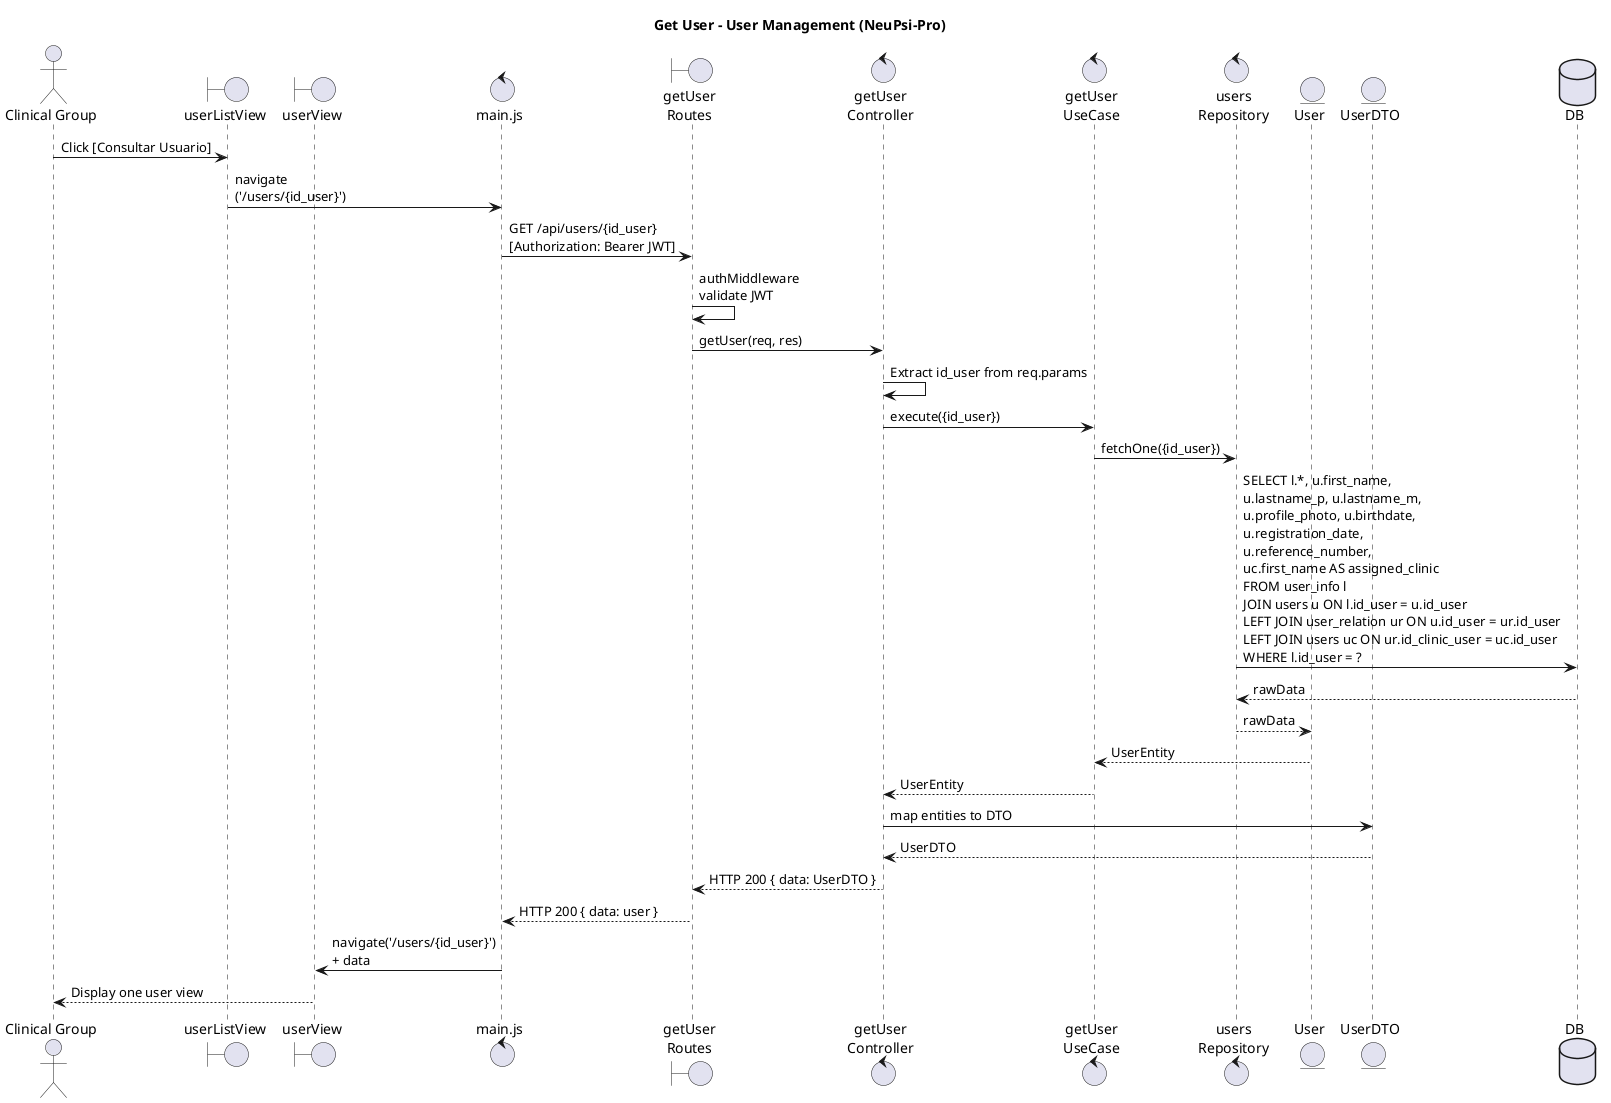
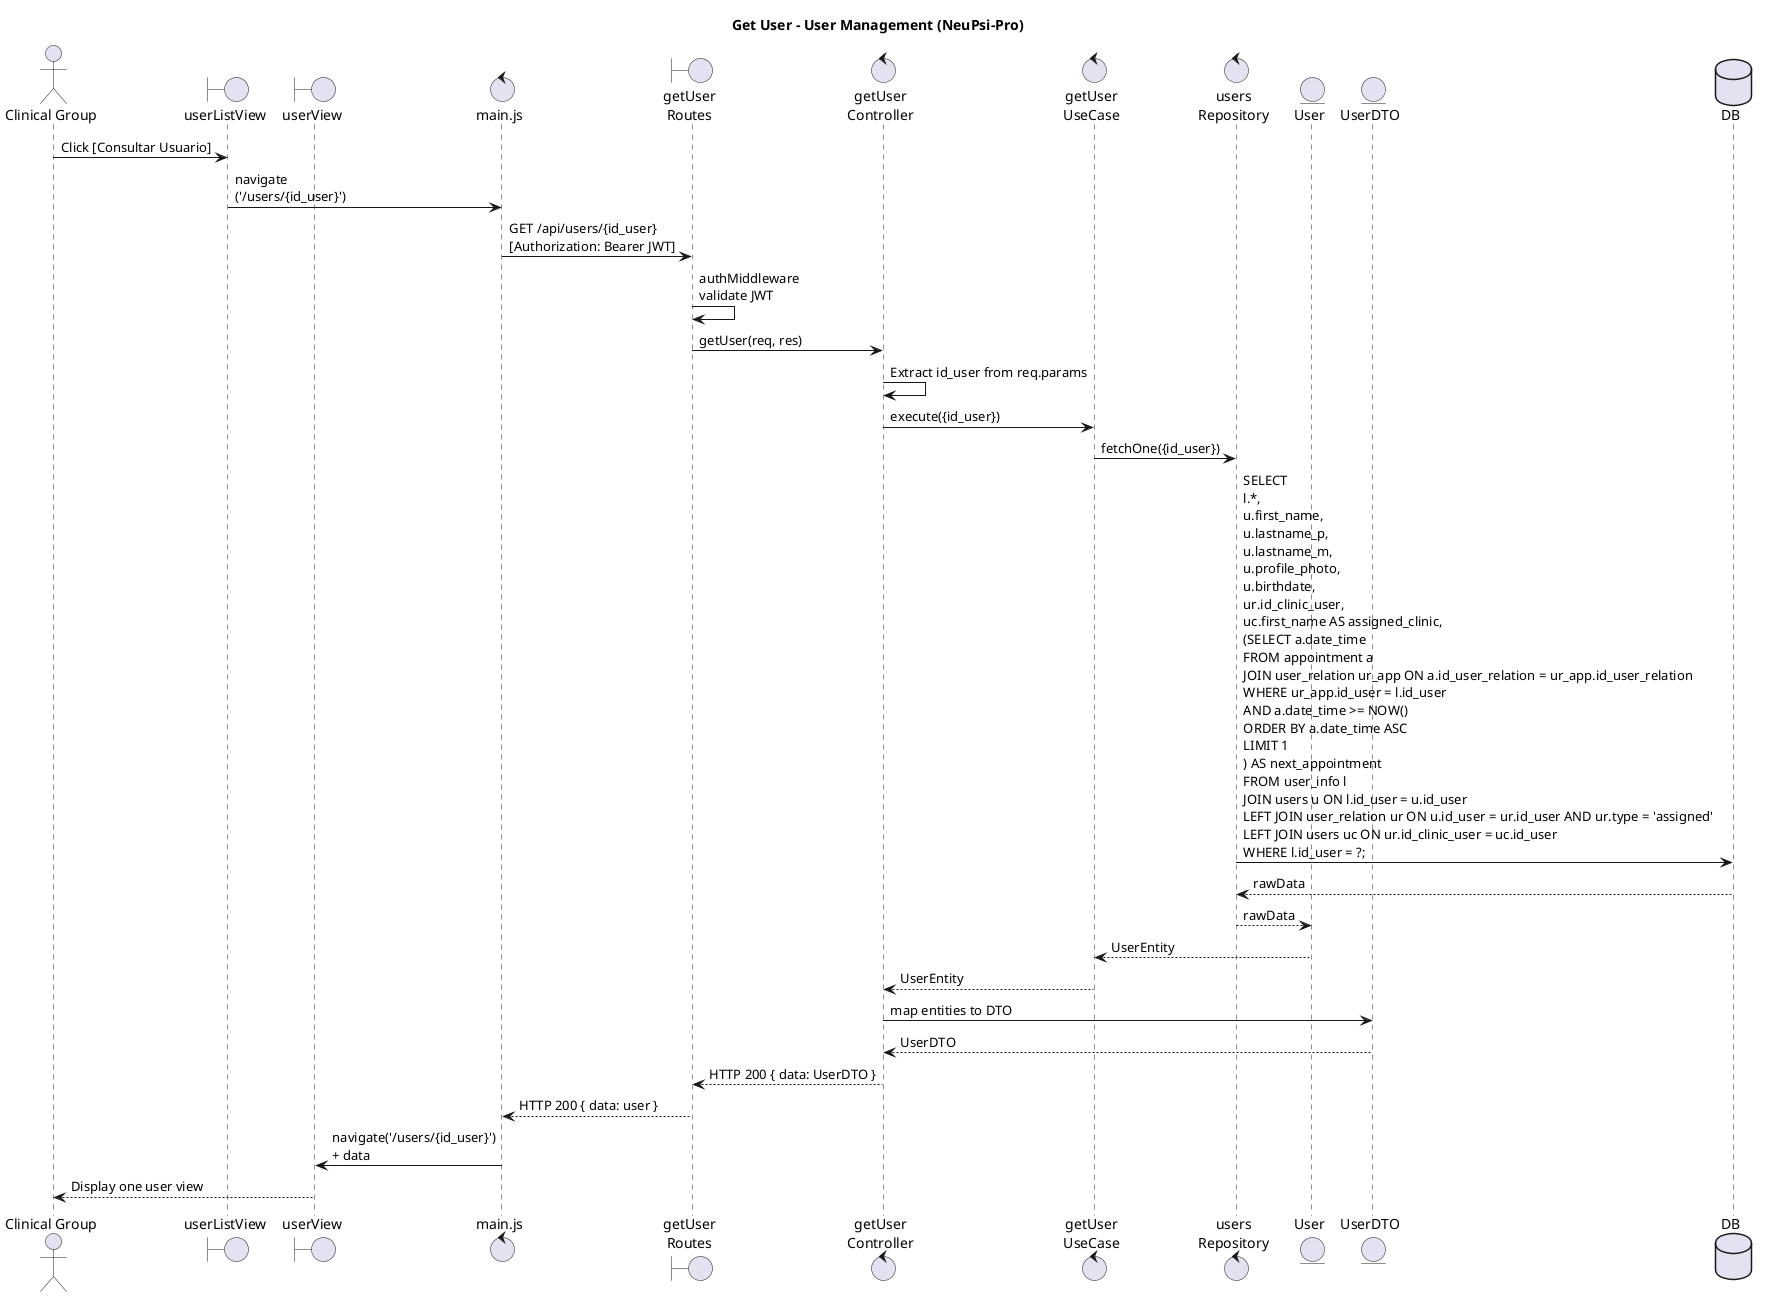
@startuml GU05 Get-User

title Get User - User Management (NeuPsi-Pro)

actor "Clinical Group" as CG

boundary "userListView" as VUsers
boundary "userView" as VOne
control "main.js" as MAIN
boundary "getUser\nRoutes" as ROUTE
control "getUser\nController" as CTRL
control "getUser\nUseCase" as UC
control "users\nRepository" as REPO
entity "User" as ENT
entity "UserDTO" as DTO
database DB

CG -> VUsers : Click [Consultar Usuario]
VUsers -> MAIN : navigate\n('/users/{id_user}')

MAIN -> ROUTE : GET /api/users/{id_user}\n[Authorization: Bearer JWT]

ROUTE -> ROUTE : authMiddleware\nvalidate JWT
ROUTE -> CTRL : getUser(req, res)

CTRL -> CTRL : Extract id_user from req.params

CTRL -> UC : execute({id_user})

UC -> REPO : fetchOne({id_user})

- REPO -> DB : SELECT l.*, u.first_name,\nu.lastname_p, u.lastname_m,\nu.profile_photo, u.birthdate,\nu.registration_date,\nu.reference_number,\nuc.first_name AS assigned_clinic\nFROM user_info l\nJOIN users u ON l.id_user = u.id_user\nLEFT JOIN user_relation ur ON u.id_user = ur.id_user\nLEFT JOIN users uc ON ur.id_clinic_user = uc.id_user\nWHERE l.id_user = ?
+ REPO -> DB : SELECT \nl.*, \nu.first_name,\nu.lastname_p,\nu.lastname_m,\nu.profile_photo,\nu.birthdate, \nur.id_clinic_user, \nuc.first_name AS assigned_clinic, \n(SELECT a.date_time \nFROM appointment a \nJOIN user_relation ur_app ON a.id_user_relation = ur_app.id_user_relation \nWHERE ur_app.id_user = l.id_user \nAND a.date_time >= NOW() \nORDER BY a.date_time ASC \nLIMIT 1 \n) AS next_appointment \nFROM user_info l \nJOIN users u ON l.id_user = u.id_user \nLEFT JOIN user_relation ur ON u.id_user = ur.id_user AND ur.type = 'assigned' \nLEFT JOIN users uc ON ur.id_clinic_user = uc.id_user \nWHERE l.id_user = ?;

DB --> REPO : rawData

REPO --> ENT : rawData

ENT --> UC : UserEntity

UC --> CTRL : UserEntity

CTRL -> DTO : map entities to DTO
DTO --> CTRL : UserDTO

CTRL --> ROUTE : HTTP 200 { data: UserDTO }

ROUTE --> MAIN : HTTP 200 { data: user }

MAIN -> VOne : navigate('/users/{id_user}')\n+ data

VOne --> CG : Display one user view

@enduml